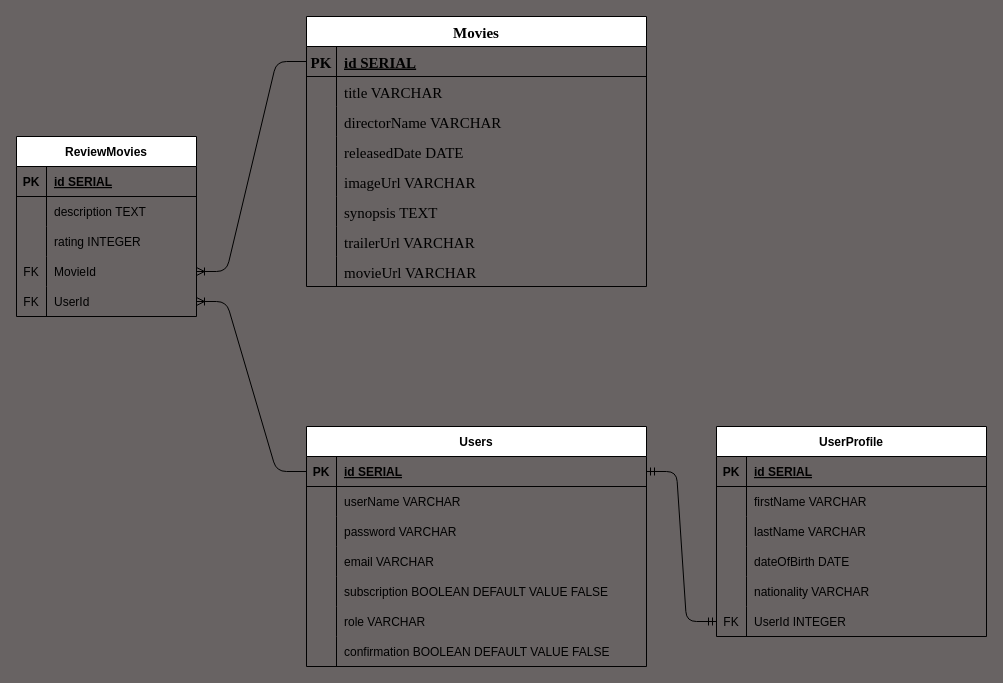
faisalyudiansah/On-Demand-App-Express-MVC-Sequelize keeps this draw.io diagram as schema.drawio. Above is the earlier version. Source tidied: cells renumbered, new cells numbered last; positions are measured from the earlier drawing's top-left corner, leaving out a move shared by most shapes. Both pictures are drawn from the tidied source at 100%, with x=0, y=0 at pixel (16, 16).
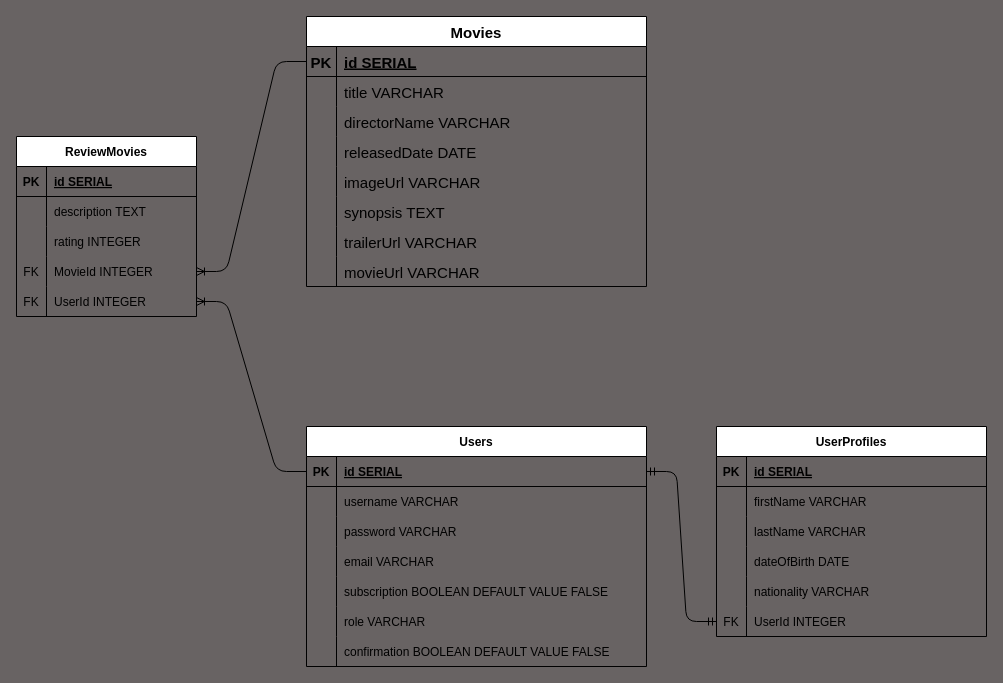
The same page after the edit.

Commit message:
schema revise

The change refers to these unchanged cells:
```xml
<mxCell id="31" style="shape=tableRow;horizontal=0;startSize=0;swimlaneHead=0;swimlaneBody=0;fillColor=none;top=0;left=0;right=0;bottom=0;" parent="27" vertex="1">
  <mxGeometry y="60" width="340" height="30" as="geometry" />
</mxCell>
<mxCell id="59" style="shape=tableRow;horizontal=0;startSize=0;swimlaneHead=0;swimlaneBody=0;fillColor=none;points=[[0,0.5],[1,0.5]];portConstraint=eastwest;top=0;left=0;right=0;bottom=0;" parent="49" vertex="1">
  <mxGeometry y="120" width="180" height="30" as="geometry" />
</mxCell>
<mxCell id="62" style="shape=tableRow;horizontal=0;startSize=0;swimlaneHead=0;swimlaneBody=0;fillColor=none;points=[[0,0.5],[1,0.5]];portConstraint=eastwest;top=0;left=0;right=0;bottom=0;" parent="49" vertex="1">
  <mxGeometry y="150" width="180" height="30" as="geometry" />
</mxCell>
```

What changed in the source:
```diff
@@
-    <mxCell id="2" value="Movies" style="shape=table;startSize=30;childLayout=tableLayout;rowLines=0;fontStyle=1;align=center;hachureGap=4;fontFamily=Garamond;fontSize=15;rounded=0;swimlaneLine=1;" parent="1" vertex="1">
+    <mxCell id="2" value="Movies" style="shape=table;startSize=30;childLayout=tableLayout;rowLines=0;fontStyle=1;align=center;hachureGap=4;fontFamily=Helvetica;fontSize=15;rounded=0;swimlaneLine=1;" parent="1" vertex="1">
       <mxGeometry x="290" width="340" height="270" as="geometry" />
     </mxCell>
-    <mxCell id="3" style="shape=tableRow;horizontal=0;startSize=0;swimlaneHead=0;swimlaneBody=0;fillColor=none;points=[[0,0.5],[1,0.5]];portConstraint=eastwest;top=0;left=0;right=0;bottom=1;hachureGap=4;fontFamily=Garamond;fontSize=15;rounded=0;" parent="2" vertex="1">
+    <mxCell id="3" style="shape=tableRow;horizontal=0;startSize=0;swimlaneHead=0;swimlaneBody=0;fillColor=none;points=[[0,0.5],[1,0.5]];portConstraint=eastwest;top=0;left=0;right=0;bottom=1;hachureGap=4;fontFamily=Helvetica;fontSize=15;rounded=0;" parent="2" vertex="1">
       <mxGeometry y="30" width="340" height="30" as="geometry" />
     </mxCell>
-    <mxCell id="4" value="PK" style="shape=partialRectangle;fillColor=none;top=0;left=0;bottom=0;right=0;fontStyle=1;overflow=hidden;hachureGap=4;fontFamily=Garamond;fontSize=15;rounded=0;" parent="3" vertex="1">
+    <mxCell id="4" value="PK" style="shape=partialRectangle;fillColor=none;top=0;left=0;bottom=0;right=0;fontStyle=1;overflow=hidden;hachureGap=4;fontFamily=Helvetica;fontSize=15;rounded=0;" parent="3" vertex="1">
       <mxGeometry width="30" height="30" as="geometry" />
     </mxCell>
-    <mxCell id="5" value="id SERIAL" style="shape=partialRectangle;fillColor=none;top=0;left=0;bottom=0;right=0;align=left;spacingLeft=6;fontStyle=5;overflow=hidden;hachureGap=4;fontFamily=Garamond;fontSize=15;rounded=0;" parent="3" vertex="1">
+    <mxCell id="5" value="id SERIAL" style="shape=partialRectangle;fillColor=none;top=0;left=0;bottom=0;right=0;align=left;spacingLeft=6;fontStyle=5;overflow=hidden;hachureGap=4;fontFamily=Helvetica;fontSize=15;rounded=0;" parent="3" vertex="1">
       <mxGeometry x="30" width="310" height="30" as="geometry" />
     </mxCell>
-    <mxCell id="6" style="shape=tableRow;horizontal=0;startSize=0;swimlaneHead=0;swimlaneBody=0;fillColor=none;top=0;left=0;right=0;bottom=0;hachureGap=4;fontFamily=Garamond;fontSize=15;rounded=0;" parent="2" vertex="1">
+    <mxCell id="6" style="shape=tableRow;horizontal=0;startSize=0;swimlaneHead=0;swimlaneBody=0;fillColor=none;top=0;left=0;right=0;bottom=0;hachureGap=4;fontFamily=Helvetica;fontSize=15;rounded=0;" parent="2" vertex="1">
       <mxGeometry y="60" width="340" height="30" as="geometry" />
     </mxCell>
-    <mxCell id="7" style="shape=partialRectangle;fillColor=none;top=0;left=0;bottom=0;right=0;overflow=hidden;hachureGap=4;fontFamily=Garamond;fontSize=15;rounded=0;" parent="6" vertex="1">
+    <mxCell id="7" style="shape=partialRectangle;fillColor=none;top=0;left=0;bottom=0;right=0;overflow=hidden;hachureGap=4;fontFamily=Helvetica;fontSize=15;rounded=0;" parent="6" vertex="1">
       <mxGeometry width="30" height="30" as="geometry" />
     </mxCell>
-    <mxCell id="8" value="title VARCHAR" style="shape=partialRectangle;fillColor=none;top=0;left=0;bottom=0;right=0;align=left;spacingLeft=6;overflow=hidden;hachureGap=4;fontFamily=Garamond;fontSize=15;rounded=0;" parent="6" vertex="1">
+    <mxCell id="8" value="title VARCHAR" style="shape=partialRectangle;fillColor=none;top=0;left=0;bottom=0;right=0;align=left;spacingLeft=6;overflow=hidden;hachureGap=4;fontFamily=Helvetica;fontSize=15;rounded=0;" parent="6" vertex="1">
       <mxGeometry x="30" width="310" height="30" as="geometry" />
     </mxCell>
-    <mxCell id="9" style="shape=tableRow;horizontal=0;startSize=0;swimlaneHead=0;swimlaneBody=0;fillColor=none;top=0;left=0;right=0;bottom=0;hachureGap=4;fontFamily=Garamond;fontSize=15;rounded=0;" parent="2" vertex="1">
+    <mxCell id="9" style="shape=tableRow;horizontal=0;startSize=0;swimlaneHead=0;swimlaneBody=0;fillColor=none;top=0;left=0;right=0;bottom=0;hachureGap=4;fontFamily=Helvetica;fontSize=15;rounded=0;" parent="2" vertex="1">
       <mxGeometry y="90" width="340" height="30" as="geometry" />
     </mxCell>
-    <mxCell id="10" style="shape=partialRectangle;fillColor=none;top=0;left=0;bottom=0;right=0;overflow=hidden;hachureGap=4;fontFamily=Garamond;fontSize=15;rounded=0;" parent="9" vertex="1">
+    <mxCell id="10" style="shape=partialRectangle;fillColor=none;top=0;left=0;bottom=0;right=0;overflow=hidden;hachureGap=4;fontFamily=Helvetica;fontSize=15;rounded=0;" parent="9" vertex="1">
       <mxGeometry width="30" height="30" as="geometry" />
     </mxCell>
-    <mxCell id="11" value="directorName VARCHAR" style="shape=partialRectangle;fillColor=none;top=0;left=0;bottom=0;right=0;align=left;spacingLeft=6;overflow=hidden;hachureGap=4;fontFamily=Garamond;fontSize=15;rounded=0;" parent="9" vertex="1">
+    <mxCell id="11" value="directorName VARCHAR" style="shape=partialRectangle;fillColor=none;top=0;left=0;bottom=0;right=0;align=left;spacingLeft=6;overflow=hidden;hachureGap=4;fontFamily=Helvetica;fontSize=15;rounded=0;" parent="9" vertex="1">
       <mxGeometry x="30" width="310" height="30" as="geometry" />
     </mxCell>
-    <mxCell id="12" style="shape=tableRow;horizontal=0;startSize=0;swimlaneHead=0;swimlaneBody=0;fillColor=none;top=0;left=0;right=0;bottom=0;hachureGap=4;fontFamily=Garamond;fontSize=15;rounded=0;" parent="2" vertex="1">
+    <mxCell id="12" style="shape=tableRow;horizontal=0;startSize=0;swimlaneHead=0;swimlaneBody=0;fillColor=none;top=0;left=0;right=0;bottom=0;hachureGap=4;fontFamily=Helvetica;fontSize=15;rounded=0;" parent="2" vertex="1">
       <mxGeometry y="120" width="340" height="30" as="geometry" />
     </mxCell>
-    <mxCell id="13" style="shape=partialRectangle;fillColor=none;top=0;left=0;bottom=0;right=0;overflow=hidden;hachureGap=4;fontFamily=Garamond;fontSize=15;rounded=0;" parent="12" vertex="1">
+    <mxCell id="13" style="shape=partialRectangle;fillColor=none;top=0;left=0;bottom=0;right=0;overflow=hidden;hachureGap=4;fontFamily=Helvetica;fontSize=15;rounded=0;" parent="12" vertex="1">
       <mxGeometry width="30" height="30" as="geometry" />
     </mxCell>
-    <mxCell id="14" value="releasedDate DATE" style="shape=partialRectangle;fillColor=none;top=0;left=0;bottom=0;right=0;align=left;spacingLeft=6;overflow=hidden;hachureGap=4;fontFamily=Garamond;fontSize=15;rounded=0;" parent="12" vertex="1">
+    <mxCell id="14" value="releasedDate DATE" style="shape=partialRectangle;fillColor=none;top=0;left=0;bottom=0;right=0;align=left;spacingLeft=6;overflow=hidden;hachureGap=4;fontFamily=Helvetica;fontSize=15;rounded=0;" parent="12" vertex="1">
       <mxGeometry x="30" width="310" height="30" as="geometry" />
     </mxCell>
-    <mxCell id="15" style="shape=tableRow;horizontal=0;startSize=0;swimlaneHead=0;swimlaneBody=0;fillColor=none;top=0;left=0;right=0;bottom=0;hachureGap=4;fontFamily=Garamond;fontSize=15;rounded=0;" parent="2" vertex="1">
+    <mxCell id="15" style="shape=tableRow;horizontal=0;startSize=0;swimlaneHead=0;swimlaneBody=0;fillColor=none;top=0;left=0;right=0;bottom=0;hachureGap=4;fontFamily=Helvetica;fontSize=15;rounded=0;" parent="2" vertex="1">
       <mxGeometry y="150" width="340" height="30" as="geometry" />
     </mxCell>
-    <mxCell id="16" style="shape=partialRectangle;fillColor=none;top=0;left=0;bottom=0;right=0;overflow=hidden;hachureGap=4;fontFamily=Garamond;fontSize=15;rounded=0;" parent="15" vertex="1">
+    <mxCell id="16" style="shape=partialRectangle;fillColor=none;top=0;left=0;bottom=0;right=0;overflow=hidden;hachureGap=4;fontFamily=Helvetica;fontSize=15;rounded=0;" parent="15" vertex="1">
       <mxGeometry width="30" height="30" as="geometry" />
     </mxCell>
-    <mxCell id="17" value="imageUrl VARCHAR" style="shape=partialRectangle;fillColor=none;top=0;left=0;bottom=0;right=0;align=left;spacingLeft=6;overflow=hidden;hachureGap=4;fontFamily=Garamond;fontSize=15;rounded=0;" parent="15" vertex="1">
+    <mxCell id="17" value="imageUrl VARCHAR" style="shape=partialRectangle;fillColor=none;top=0;left=0;bottom=0;right=0;align=left;spacingLeft=6;overflow=hidden;hachureGap=4;fontFamily=Helvetica;fontSize=15;rounded=0;" parent="15" vertex="1">
       <mxGeometry x="30" width="310" height="30" as="geometry" />
     </mxCell>
-    <mxCell id="18" style="shape=tableRow;horizontal=0;startSize=0;swimlaneHead=0;swimlaneBody=0;fillColor=none;top=0;left=0;right=0;bottom=0;hachureGap=4;fontFamily=Garamond;fontSize=15;rounded=0;" parent="2" vertex="1">
+    <mxCell id="18" style="shape=tableRow;horizontal=0;startSize=0;swimlaneHead=0;swimlaneBody=0;fillColor=none;top=0;left=0;right=0;bottom=0;hachureGap=4;fontFamily=Helvetica;fontSize=15;rounded=0;" parent="2" vertex="1">
       <mxGeometry y="180" width="340" height="30" as="geometry" />
     </mxCell>
-    <mxCell id="19" style="shape=partialRectangle;fillColor=none;top=0;left=0;bottom=0;right=0;overflow=hidden;hachureGap=4;fontFamily=Garamond;fontSize=15;rounded=0;" parent="18" vertex="1">
+    <mxCell id="19" style="shape=partialRectangle;fillColor=none;top=0;left=0;bottom=0;right=0;overflow=hidden;hachureGap=4;fontFamily=Helvetica;fontSize=15;rounded=0;" parent="18" vertex="1">
       <mxGeometry width="30" height="30" as="geometry" />
     </mxCell>
-    <mxCell id="20" value="synopsis TEXT" style="shape=partialRectangle;fillColor=none;top=0;left=0;bottom=0;right=0;align=left;spacingLeft=6;overflow=hidden;hachureGap=4;fontFamily=Garamond;fontSize=15;rounded=0;" parent="18" vertex="1">
+    <mxCell id="20" value="synopsis TEXT" style="shape=partialRectangle;fillColor=none;top=0;left=0;bottom=0;right=0;align=left;spacingLeft=6;overflow=hidden;hachureGap=4;fontFamily=Helvetica;fontSize=15;rounded=0;" parent="18" vertex="1">
       <mxGeometry x="30" width="310" height="30" as="geometry" />
     </mxCell>
-    <mxCell id="21" style="shape=tableRow;horizontal=0;startSize=0;swimlaneHead=0;swimlaneBody=0;fillColor=none;top=0;left=0;right=0;bottom=0;hachureGap=4;fontFamily=Garamond;fontSize=15;rounded=0;" parent="2" vertex="1">
+    <mxCell id="21" style="shape=tableRow;horizontal=0;startSize=0;swimlaneHead=0;swimlaneBody=0;fillColor=none;top=0;left=0;right=0;bottom=0;hachureGap=4;fontFamily=Helvetica;fontSize=15;rounded=0;" parent="2" vertex="1">
       <mxGeometry y="210" width="340" height="30" as="geometry" />
     </mxCell>
-    <mxCell id="22" style="shape=partialRectangle;fillColor=none;top=0;left=0;bottom=0;right=0;overflow=hidden;hachureGap=4;fontFamily=Garamond;fontSize=15;rounded=0;" parent="21" vertex="1">
+    <mxCell id="22" style="shape=partialRectangle;fillColor=none;top=0;left=0;bottom=0;right=0;overflow=hidden;hachureGap=4;fontFamily=Helvetica;fontSize=15;rounded=0;" parent="21" vertex="1">
       <mxGeometry width="30" height="30" as="geometry" />
     </mxCell>
-    <mxCell id="23" value="trailerUrl VARCHAR" style="shape=partialRectangle;fillColor=none;top=0;left=0;bottom=0;right=0;align=left;spacingLeft=6;overflow=hidden;hachureGap=4;fontFamily=Garamond;fontSize=15;rounded=0;" parent="21" vertex="1">
+    <mxCell id="23" value="trailerUrl VARCHAR" style="shape=partialRectangle;fillColor=none;top=0;left=0;bottom=0;right=0;align=left;spacingLeft=6;overflow=hidden;hachureGap=4;fontFamily=Helvetica;fontSize=15;rounded=0;" parent="21" vertex="1">
       <mxGeometry x="30" width="310" height="30" as="geometry" />
     </mxCell>
-    <mxCell id="24" style="shape=tableRow;horizontal=0;startSize=0;swimlaneHead=0;swimlaneBody=0;fillColor=none;top=0;left=0;right=0;bottom=0;hachureGap=4;fontFamily=Garamond;fontSize=15;rounded=0;" parent="2" vertex="1">
+    <mxCell id="24" style="shape=tableRow;horizontal=0;startSize=0;swimlaneHead=0;swimlaneBody=0;fillColor=none;top=0;left=0;right=0;bottom=0;hachureGap=4;fontFamily=Helvetica;fontSize=15;rounded=0;" parent="2" vertex="1">
       <mxGeometry y="240" width="340" height="30" as="geometry" />
     </mxCell>
-    <mxCell id="25" style="shape=partialRectangle;fillColor=none;top=0;left=0;bottom=0;right=0;overflow=hidden;hachureGap=4;fontFamily=Garamond;fontSize=15;rounded=0;" parent="24" vertex="1">
+    <mxCell id="25" style="shape=partialRectangle;fillColor=none;top=0;left=0;bottom=0;right=0;overflow=hidden;hachureGap=4;fontFamily=Helvetica;fontSize=15;rounded=0;" parent="24" vertex="1">
       <mxGeometry width="30" height="30" as="geometry" />
     </mxCell>
-    <mxCell id="26" value="movieUrl VARCHAR" style="shape=partialRectangle;fillColor=none;top=0;left=0;bottom=0;right=0;align=left;spacingLeft=6;overflow=hidden;hachureGap=4;fontFamily=Garamond;fontSize=15;rounded=0;" parent="24" vertex="1">
+    <mxCell id="26" value="movieUrl VARCHAR" style="shape=partialRectangle;fillColor=none;top=0;left=0;bottom=0;right=0;align=left;spacingLeft=6;overflow=hidden;hachureGap=4;fontFamily=Helvetica;fontSize=15;rounded=0;" parent="24" vertex="1">
       <mxGeometry x="30" width="310" height="30" as="geometry" />
     </mxCell>
@@
-    <mxCell id="33" value="userName VARCHAR" style="shape=partialRectangle;fillColor=none;top=0;left=0;bottom=0;right=0;align=left;spacingLeft=6;overflow=hidden;" parent="31" vertex="1">
+    <mxCell id="33" value="username VARCHAR" style="shape=partialRectangle;fillColor=none;top=0;left=0;bottom=0;right=0;align=left;spacingLeft=6;overflow=hidden;" parent="31" vertex="1">
       <mxGeometry x="30" width="310" height="30" as="geometry" />
     </mxCell>
@@
-    <mxCell id="61" value="MovieId" style="shape=partialRectangle;fillColor=none;top=0;left=0;bottom=0;right=0;align=left;spacingLeft=6;overflow=hidden;" parent="59" vertex="1">
+    <mxCell id="61" value="MovieId INTEGER" style="shape=partialRectangle;fillColor=none;top=0;left=0;bottom=0;right=0;align=left;spacingLeft=6;overflow=hidden;" parent="59" vertex="1">
       <mxGeometry x="30" width="150" height="30" as="geometry" />
     </mxCell>
@@
-    <mxCell id="64" value="UserId" style="shape=partialRectangle;fillColor=none;top=0;left=0;bottom=0;right=0;align=left;spacingLeft=6;overflow=hidden;" parent="62" vertex="1">
+    <mxCell id="64" value="UserId INTEGER" style="shape=partialRectangle;fillColor=none;top=0;left=0;bottom=0;right=0;align=left;spacingLeft=6;overflow=hidden;" parent="62" vertex="1">
       <mxGeometry x="30" width="150" height="30" as="geometry" />
     </mxCell>
-    <mxCell id="65" value="UserProfile" style="shape=table;startSize=30;childLayout=tableLayout;rowLines=0;fontStyle=1;align=center;" parent="1" vertex="1">
+    <mxCell id="65" value="UserProfiles" style="shape=table;startSize=30;childLayout=tableLayout;rowLines=0;fontStyle=1;align=center;" parent="1" vertex="1">
       <mxGeometry x="700" y="410" width="270" height="210" as="geometry" />
     </mxCell>
```
